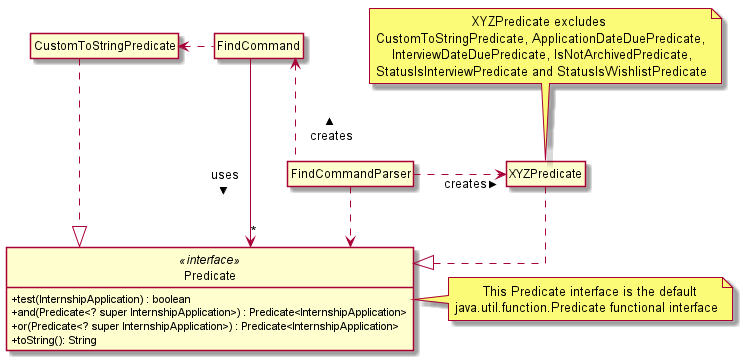
Earlier version of the PlantUML export images/FindClassDiagram.png (AY1920S2-CS2103T-F10-2/main).
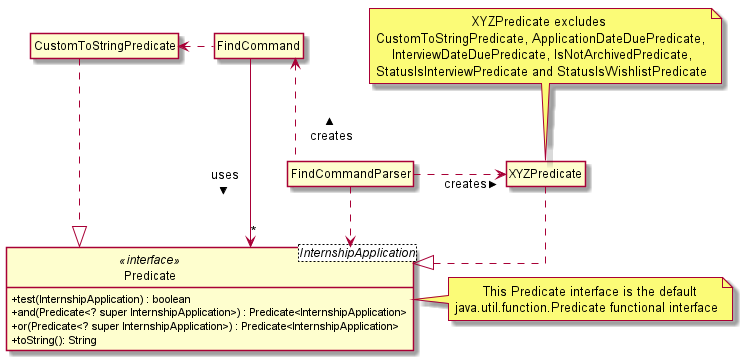
The same diagram one commit later.

The edit, as a diff of the source:
```diff
@@ -13,7 +13,7 @@
 
 }
 
-Class Predicate <<interface>> {
+Class Predicate <InternshipApplication> <<interface>> {
     + test(InternshipApplication) : boolean
     + and(Predicate<? super InternshipApplication>) : Predicate<InternshipApplication>
     + or(Predicate<? super InternshipApplication>) : Predicate<InternshipApplication>
```
